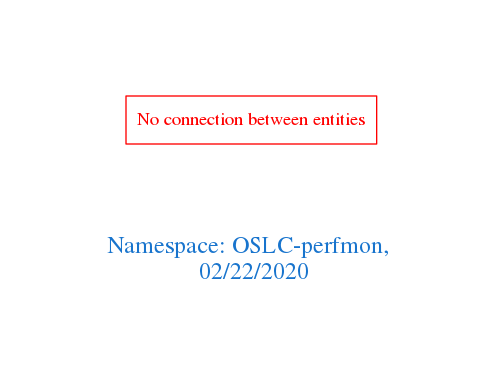
Before: downloads/OSLC-perfmon.png, a diagram exported from Graphviz (arago/OGIT). Its source is kept beside it as downloads/OSLC-perfmon.dot. The source it was exported from:
```dot
digraph OGIT_ontology {
 graph [ rankdir= LR,pad=1
fontsize = 18,
fontcolor= dodgerblue3,label = "\n\n\nNamespace: OSLC-perfmon, \n 02/22/2020"];
node[shape=polygon];
edge [  color="gray81"];

"No connection between entities" [fontcolor = "red",color="red", shape="polygon"]
}
```
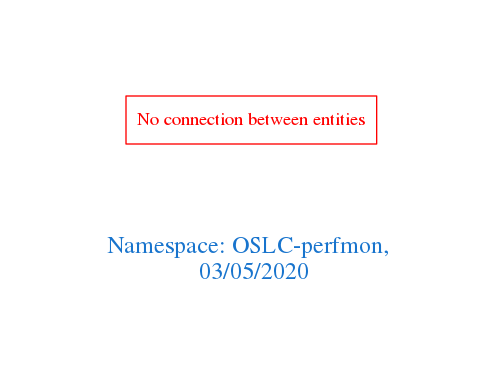
After the change.

Diff of the diagram source:
```diff
@@ -1,7 +1,7 @@
 digraph OGIT_ontology {
  graph [ rankdir= LR,pad=1
 fontsize = 18,
-fontcolor= dodgerblue3,label = "\n\n\nNamespace: OSLC-perfmon, \n 02/22/2020"];
+fontcolor= dodgerblue3,label = "\n\n\nNamespace: OSLC-perfmon, \n 03/05/2020"];
 node[shape=polygon];
 edge [  color="gray81"];
 
```
